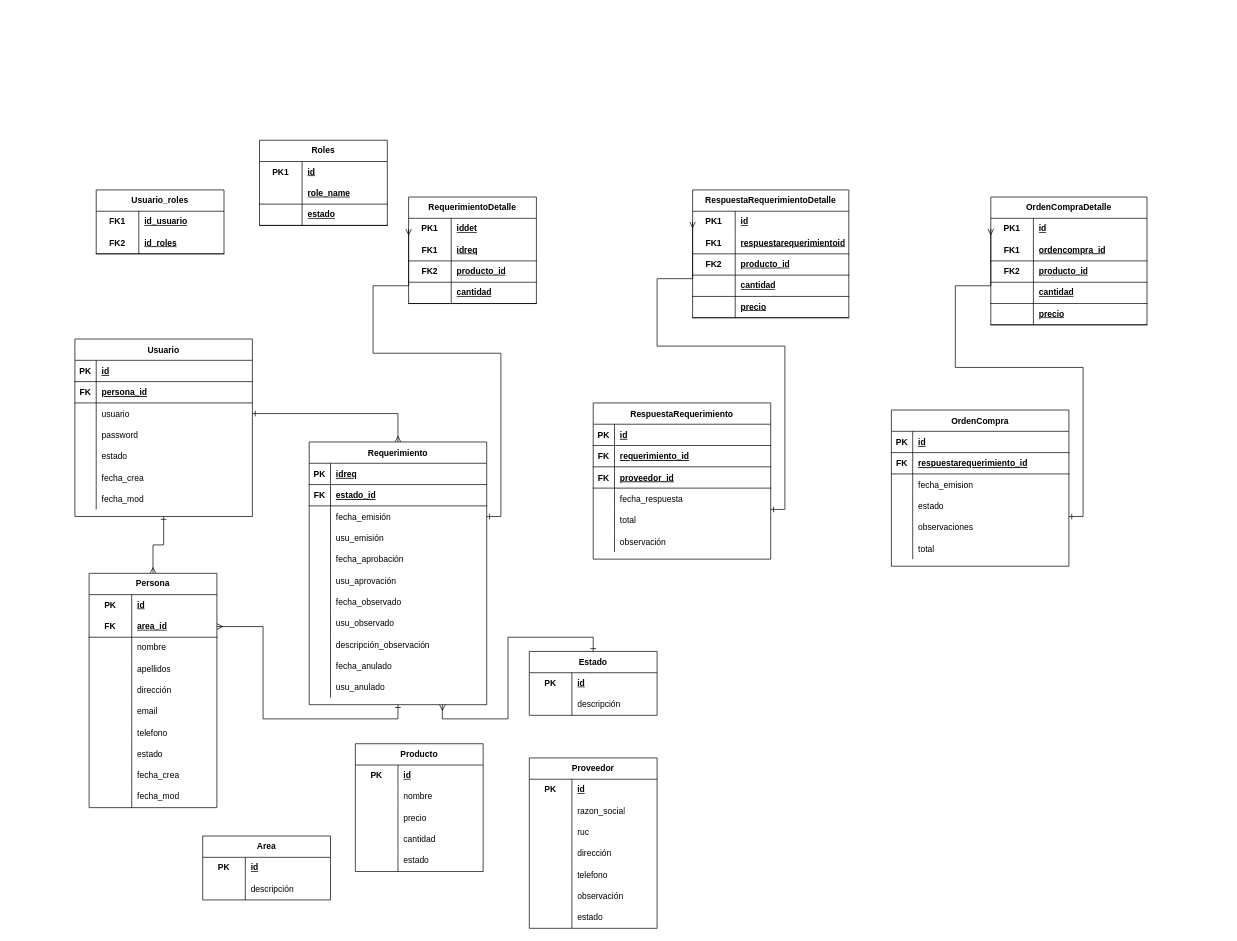
Before: Diagramadb.drawio in Jordycv/Proyecto_cotizaciones, a draw.io diagram. Source tidied: cells renumbered, new cells numbered last; positions are measured from the earlier drawing's top-left corner, leaving out a move shared by most shapes. Both pictures are drawn from the tidied source at 71%, with x=0, y=0 at pixel (75, 140).
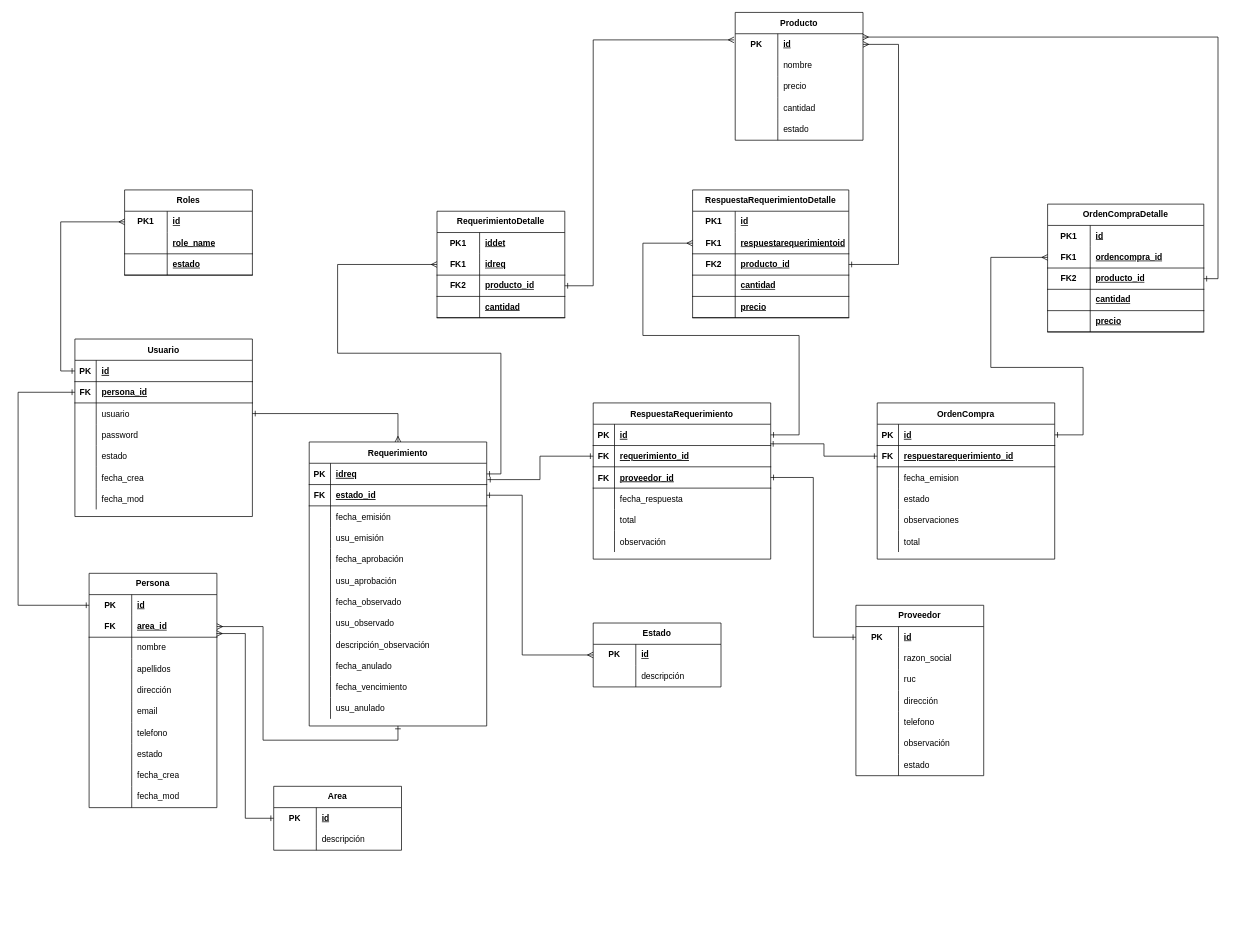
Above is the later version.

Unchanged cells that the change refers to:
```xml
<mxCell id="3" value="Usuario" style="shape=table;startSize=30;childLayout=tableLayout;rowLines=0;fontStyle=1;align=center;" parent="1" vertex="1">
<mxCell id="4" style="shape=partialRectangle;fillColor=none;points=[[0,0.5],[1,0.5]];portConstraint=eastwest;top=0;left=0;right=0;bottom=1;" parent="3" vertex="1">
<mxCell id="7" style="shape=partialRectangle;fillColor=none;points=[[0,0.5],[1,0.5]];portConstraint=eastwest;top=0;left=0;right=0;bottom=1;" parent="3" vertex="1">
<mxCell id="27" style="shape=partialRectangle;fillColor=none;points=[[0,0.5],[1,0.5]];portConstraint=eastwest;top=0;left=0;right=0;bottom=1;" parent="26" vertex="1">
<mxCell id="30" style="shape=partialRectangle;fillColor=none;points=[[0,0.5],[1,0.5]];portConstraint=eastwest;top=0;left=0;right=0;bottom=1;" parent="26" vertex="1">
<mxCell id="42" style="shape=partialRectangle;fillColor=none;top=0;left=0;right=0;bottom=0;" parent="26" vertex="1">
<mxCell id="61" value="Persona" style="shape=table;startSize=30;childLayout=tableLayout;rowLines=0;fontStyle=1;align=center;html=1;whiteSpace=wrap;" parent="1" vertex="1">
<mxCell id="62" style="shape=tableRow;horizontal=0;startSize=0;swimlaneHead=0;swimlaneBody=0;fillColor=none;points=[[0,0.5],[1,0.5]];portConstraint=eastwest;top=0;left=0;right=0;bottom=0;html=1;" parent="61" vertex="1">
<mxCell id="65" style="shape=tableRow;horizontal=0;startSize=0;swimlaneHead=0;swimlaneBody=0;fillColor=none;points=[[0,0.5],[1,0.5]];portConstraint=eastwest;top=0;left=0;right=0;bottom=1;html=1;" parent="61" vertex="1">
<mxCell id="94" style="shape=tableRow;horizontal=0;startSize=0;swimlaneHead=0;swimlaneBody=0;fillColor=none;points=[[0,0.5],[1,0.5]];portConstraint=eastwest;top=0;left=0;right=0;bottom=0;html=1;" parent="93" vertex="1">
<mxCell id="102" style="shape=tableRow;horizontal=0;startSize=0;swimlaneHead=0;swimlaneBody=0;fillColor=none;points=[[0,0.5],[1,0.5]];portConstraint=eastwest;top=0;left=0;right=0;bottom=0;html=1;" parent="101" vertex="1">
<mxCell id="105" style="shape=tableRow;horizontal=0;startSize=0;swimlaneHead=0;swimlaneBody=0;fillColor=none;points=[[0,0.5],[1,0.5]];portConstraint=eastwest;top=0;left=0;right=0;bottom=1;html=1;" parent="101" vertex="1">
<mxCell id="108" style="shape=tableRow;horizontal=0;startSize=0;swimlaneHead=0;swimlaneBody=0;fillColor=none;points=[[0,0.5],[1,0.5]];portConstraint=eastwest;top=0;left=0;right=0;bottom=1;html=1;" parent="101" vertex="1">
<mxCell id="115" style="shape=tableRow;horizontal=0;startSize=0;swimlaneHead=0;swimlaneBody=0;fillColor=none;points=[[0,0.5],[1,0.5]];portConstraint=eastwest;top=0;left=0;right=0;bottom=0;html=1;" parent="114" vertex="1">
<mxCell id="122" style="shape=tableRow;horizontal=0;startSize=0;swimlaneHead=0;swimlaneBody=0;fillColor=none;points=[[0,0.5],[1,0.5]];portConstraint=eastwest;top=0;left=0;right=0;bottom=0;html=1;" parent="121" vertex="1">
<mxCell id="138" style="shape=tableRow;horizontal=0;startSize=0;swimlaneHead=0;swimlaneBody=0;fillColor=none;points=[[0,0.5],[1,0.5]];portConstraint=eastwest;top=0;left=0;right=0;bottom=0;html=1;" parent="137" vertex="1">
<mxCell id="160" style="shape=partialRectangle;fillColor=none;points=[[0,0.5],[1,0.5]];portConstraint=eastwest;top=0;left=0;right=0;bottom=1;" parent="159" vertex="1">
<mxCell id="163" style="shape=partialRectangle;fillColor=none;points=[[0,0.5],[1,0.5]];portConstraint=eastwest;top=0;left=0;right=0;bottom=1;" parent="159" vertex="1">
<mxCell id="166" style="shape=partialRectangle;fillColor=none;points=[[0,0.5],[1,0.5]];portConstraint=eastwest;top=0;left=0;right=0;bottom=1;" parent="159" vertex="1">
<mxCell id="180" style="shape=tableRow;horizontal=0;startSize=0;swimlaneHead=0;swimlaneBody=0;fillColor=none;points=[[0,0.5],[1,0.5]];portConstraint=eastwest;top=0;left=0;right=0;bottom=0;html=1;" parent="179" vertex="1">
<mxCell id="183" style="shape=tableRow;horizontal=0;startSize=0;swimlaneHead=0;swimlaneBody=0;fillColor=none;points=[[0,0.5],[1,0.5]];portConstraint=eastwest;top=0;left=0;right=0;bottom=1;html=1;" parent="179" vertex="1">
<mxCell id="186" style="shape=tableRow;horizontal=0;startSize=0;swimlaneHead=0;swimlaneBody=0;fillColor=none;points=[[0,0.5],[1,0.5]];portConstraint=eastwest;top=0;left=0;right=0;bottom=1;html=1;" parent="179" vertex="1">
<mxCell id="196" style="shape=partialRectangle;fillColor=none;points=[[0,0.5],[1,0.5]];portConstraint=eastwest;top=0;left=0;right=0;bottom=1;" parent="195" vertex="1">
<mxCell id="199" style="shape=partialRectangle;fillColor=none;points=[[0,0.5],[1,0.5]];portConstraint=eastwest;top=0;left=0;right=0;bottom=1;" parent="195" vertex="1">
<mxCell id="216" style="shape=tableRow;horizontal=0;startSize=0;swimlaneHead=0;swimlaneBody=0;fillColor=none;points=[[0,0.5],[1,0.5]];portConstraint=eastwest;top=0;left=0;right=0;bottom=0;html=1;" parent="215" vertex="1">
<mxCell id="219" style="shape=tableRow;horizontal=0;startSize=0;swimlaneHead=0;swimlaneBody=0;fillColor=none;points=[[0,0.5],[1,0.5]];portConstraint=eastwest;top=0;left=0;right=0;bottom=1;html=1;" parent="215" vertex="1">
<mxCell id="222" style="shape=tableRow;horizontal=0;startSize=0;swimlaneHead=0;swimlaneBody=0;fillColor=none;points=[[0,0.5],[1,0.5]];portConstraint=eastwest;top=0;left=0;right=0;bottom=1;html=1;" parent="215" vertex="1">
<mxCell id="239" style="shape=tableRow;horizontal=0;startSize=0;swimlaneHead=0;swimlaneBody=0;fillColor=none;points=[[0,0.5],[1,0.5]];portConstraint=eastwest;top=0;left=0;right=0;bottom=0;html=1;" parent="238" vertex="1">
```

Diff of the diagram source:
```diff
@@
-    <mxCell id="2" style="edgeStyle=orthogonalEdgeStyle;rounded=0;jettySize=auto;html=1;exitX=0.5;exitY=1;exitDx=0;exitDy=0;entryX=0.5;entryY=0;entryDx=0;entryDy=0;endArrow=ERmany;endFill=0;startArrow=ERone;startFill=0;" parent="1" edge="1" source="3" target="61">
-      <mxGeometry relative="1" as="geometry" />
-    </mxCell>
@@
-    <mxCell id="25" style="edgeStyle=orthogonalEdgeStyle;rounded=0;jettySize=auto;html=1;exitX=0.75;exitY=1;exitDx=0;exitDy=0;entryX=0.5;entryY=0;entryDx=0;entryDy=0;endArrow=ERone;endFill=0;startArrow=ERmany;startFill=0;" parent="1" edge="1" source="26" target="93">
-      <mxGeometry relative="1" as="geometry" />
+    <mxCell id="25" style="edgeStyle=orthogonalEdgeStyle;rounded=0;jettySize=auto;html=1;exitX=1;exitY=0.5;exitDx=0;exitDy=0;entryX=0;entryY=0.5;entryDx=0;entryDy=0;endArrow=ERmany;endFill=0;startArrow=ERone;startFill=0;" parent="1" edge="1" source="30" target="94">
+      <mxGeometry relative="1" as="geometry">
+        <Array as="points">
+          <mxPoint x="630" y="500" />
+          <mxPoint x="630" y="725" />
+        </Array>
+      </mxGeometry>
     </mxCell>
     <mxCell id="26" value="Requerimiento" style="shape=table;startSize=30;childLayout=tableLayout;rowLines=0;fontStyle=1;align=center;" parent="1" vertex="1">
-      <mxGeometry x="330" y="425" width="250" height="370" as="geometry" />
+      <mxGeometry x="330" y="425" width="250" height="400" as="geometry" />
     </mxCell>
@@
-    <mxCell id="44" value="usu_aprovación" style="shape=partialRectangle;overflow=hidden;fillColor=none;top=0;left=0;bottom=0;right=0;align=left;spacingLeft=6;" parent="42" vertex="1">
+    <mxCell id="44" value="usu_aprobación" style="shape=partialRectangle;overflow=hidden;fillColor=none;top=0;left=0;bottom=0;right=0;align=left;spacingLeft=6;" parent="42" vertex="1">
       <mxGeometry x="30" width="220" height="30" as="geometry" />
     </mxCell>
@@
+    <mxCell id="248" style="shape=partialRectangle;fillColor=none;top=0;left=0;right=0;bottom=0;" parent="26" vertex="1">
+      <mxGeometry y="330" width="250" height="30" as="geometry" />
+    </mxCell>
+    <mxCell id="249" style="shape=partialRectangle;overflow=hidden;fillColor=none;top=0;left=0;bottom=0;right=0;" parent="248" vertex="1">
+      <mxGeometry width="30" height="30" as="geometry" />
+    </mxCell>
+    <mxCell id="250" value="fecha_vencimiento" style="shape=partialRectangle;overflow=hidden;fillColor=none;top=0;left=0;bottom=0;right=0;align=left;spacingLeft=6;" parent="248" vertex="1">
+      <mxGeometry x="30" width="220" height="30" as="geometry" />
+    </mxCell>
     <mxCell id="57" style="shape=partialRectangle;fillColor=none;top=0;left=0;right=0;bottom=0;" parent="26" vertex="1">
-      <mxGeometry y="330" width="250" height="30" as="geometry" />
+      <mxGeometry y="360" width="250" height="30" as="geometry" />
     </mxCell>
@@
     <mxCell id="93" value="Estado" style="shape=table;startSize=30;childLayout=tableLayout;rowLines=0;fontStyle=1;align=center;html=1;whiteSpace=wrap;" parent="1" vertex="1">
-      <mxGeometry x="640" y="720" width="180" height="90" as="geometry" />
+      <mxGeometry x="730" y="680" width="180" height="90" as="geometry" />
     </mxCell>
@@
-    <mxCell id="100" style="edgeStyle=orthogonalEdgeStyle;rounded=0;jettySize=auto;html=1;exitX=1;exitY=0.5;exitDx=0;exitDy=0;startArrow=ERone;startFill=0;endArrow=ERmany;endFill=0;entryX=0;entryY=0.5;entryDx=0;entryDy=0;" parent="1" edge="1" target="102">
+    <mxCell id="100" style="edgeStyle=orthogonalEdgeStyle;rounded=0;jettySize=auto;html=1;exitX=1;exitY=0.5;exitDx=0;exitDy=0;startArrow=ERone;startFill=0;endArrow=ERmany;endFill=0;entryX=0;entryY=0.5;entryDx=0;entryDy=0;" parent="1" edge="1" source="27" target="105">
       <mxGeometry relative="1" as="geometry">
-        <mxPoint x="580" y="530" as="sourcePoint" />
         <Array as="points">
-          <mxPoint x="600" y="530" />
+          <mxPoint x="600" y="470" />
           <mxPoint x="600" y="300" />
-          <mxPoint x="420" y="300" />
-          <mxPoint x="420" y="205" />
+          <mxPoint x="370" y="300" />
+          <mxPoint x="370" y="175" />
         </Array>
       </mxGeometry>
     </mxCell>
     <mxCell id="101" value="RequerimientoDetalle" style="shape=table;startSize=30;childLayout=tableLayout;rowLines=0;fontStyle=1;align=center;html=1;whiteSpace=wrap;" parent="1" vertex="1">
-      <mxGeometry x="470" y="80" width="180" height="150" as="geometry" />
+      <mxGeometry x="510" y="100" width="180" height="150" as="geometry" />
     </mxCell>
@@
     <mxCell id="114" value="Area" style="shape=table;startSize=30;childLayout=tableLayout;rowLines=0;fontStyle=1;align=center;html=1;whiteSpace=wrap;" parent="1" vertex="1">
-      <mxGeometry x="180" y="980" width="180" height="90" as="geometry" />
+      <mxGeometry x="280" y="910" width="180" height="90" as="geometry" />
     </mxCell>
@@
     <mxCell id="121" value="Producto" style="shape=table;startSize=30;childLayout=tableLayout;rowLines=0;fontStyle=1;align=center;html=1;whiteSpace=wrap;" parent="1" vertex="1">
-      <mxGeometry x="395" y="850" width="180" height="180" as="geometry" />
+      <mxGeometry x="930" y="-180" width="180" height="180" as="geometry" />
     </mxCell>
@@
     <mxCell id="137" value="Proveedor" style="shape=table;startSize=30;childLayout=tableLayout;rowLines=0;fontStyle=1;align=center;html=1;whiteSpace=wrap;" parent="1" vertex="1">
-      <mxGeometry x="640" y="870" width="180" height="240" as="geometry" />
+      <mxGeometry x="1100" y="655" width="180" height="240" as="geometry" />
     </mxCell>
@@
-    <mxCell id="178" style="edgeStyle=orthogonalEdgeStyle;rounded=0;jettySize=auto;html=1;exitX=1;exitY=0.5;exitDx=0;exitDy=0;startArrow=ERone;startFill=0;endArrow=ERmany;endFill=0;entryX=0;entryY=0.5;entryDx=0;entryDy=0;" parent="1" edge="1" target="180">
+    <mxCell id="178" style="edgeStyle=orthogonalEdgeStyle;rounded=0;jettySize=auto;html=1;startArrow=ERone;startFill=0;endArrow=ERmany;endFill=0;exitX=1;exitY=0.5;exitDx=0;exitDy=0;entryX=0;entryY=0.5;entryDx=0;entryDy=0;" parent="1" edge="1" source="160" target="183">
       <mxGeometry relative="1" as="geometry">
-        <mxPoint x="980" y="520" as="sourcePoint" />
         <Array as="points">
-          <mxPoint x="1000" y="520" />
-          <mxPoint x="1000" y="290" />
-          <mxPoint x="820" y="290" />
-          <mxPoint x="820" y="195" />
+          <mxPoint x="1020" y="415" />
+          <mxPoint x="1020" y="275" />
+          <mxPoint x="800" y="275" />
+          <mxPoint x="800" y="145" />
         </Array>
       </mxGeometry>
     </mxCell>
@@
     <mxCell id="195" value="OrdenCompra" style="shape=table;startSize=30;childLayout=tableLayout;rowLines=0;fontStyle=1;align=center;" parent="1" vertex="1">
-      <mxGeometry x="1150" y="380" width="250" height="220" as="geometry" />
+      <mxGeometry x="1130" y="370" width="250" height="220" as="geometry" />
     </mxCell>
@@
-    <mxCell id="214" style="edgeStyle=orthogonalEdgeStyle;rounded=0;jettySize=auto;html=1;exitX=1;exitY=0.5;exitDx=0;exitDy=0;startArrow=ERone;startFill=0;endArrow=ERmany;endFill=0;entryX=0;entryY=0.5;entryDx=0;entryDy=0;" parent="1" edge="1" target="216">
+    <mxCell id="214" style="edgeStyle=orthogonalEdgeStyle;rounded=0;jettySize=auto;html=1;exitX=1;exitY=0.5;exitDx=0;exitDy=0;startArrow=ERone;startFill=0;endArrow=ERmany;endFill=0;entryX=0;entryY=0.5;entryDx=0;entryDy=0;" parent="1" edge="1" source="196" target="219">
       <mxGeometry relative="1" as="geometry">
-        <mxPoint x="1400" y="530" as="sourcePoint" />
         <Array as="points">
-          <mxPoint x="1420" y="530" />
+          <mxPoint x="1420" y="415" />
           <mxPoint x="1420" y="320" />
-          <mxPoint x="1240" y="320" />
-          <mxPoint x="1240" y="205" />
-          <mxPoint x="1290" y="205" />
+          <mxPoint x="1290" y="320" />
+          <mxPoint x="1290" y="165" />
         </Array>
       </mxGeometry>
     </mxCell>
     <mxCell id="215" value="OrdenCompraDetalle" style="shape=table;startSize=30;childLayout=tableLayout;rowLines=0;fontStyle=1;align=center;html=1;whiteSpace=wrap;" parent="1" vertex="1">
-      <mxGeometry x="1290" y="80" width="220" height="180" as="geometry" />
+      <mxGeometry x="1370" y="90" width="220" height="180" as="geometry" />
     </mxCell>
@@
-    <mxCell id="231" value="Usuario_roles" style="shape=table;startSize=30;childLayout=tableLayout;rowLines=0;fontStyle=1;align=center;html=1;whiteSpace=wrap;" parent="1" vertex="1">
-      <mxGeometry x="30" y="70" width="180" height="90" as="geometry" />
-    </mxCell>
-    <mxCell id="232" style="shape=tableRow;horizontal=0;startSize=0;swimlaneHead=0;swimlaneBody=0;fillColor=none;top=0;left=0;right=0;bottom=0;html=1;" parent="231" vertex="1">
-      <mxGeometry y="30" width="180" height="30" as="geometry" />
-    </mxCell>
-    <mxCell id="233" value="FK1" style="shape=partialRectangle;fillColor=none;top=0;left=0;bottom=0;right=0;fontStyle=1;overflow=hidden;html=1;whiteSpace=wrap;" parent="232" vertex="1">
-      <mxGeometry width="60" height="30" as="geometry" />
-    </mxCell>
-    <mxCell id="234" value="id_usuario" style="shape=partialRectangle;fillColor=none;top=0;left=0;bottom=0;right=0;align=left;spacingLeft=6;fontStyle=5;overflow=hidden;html=1;whiteSpace=wrap;" parent="232" vertex="1">
-      <mxGeometry x="60" width="120" height="30" as="geometry" />
-    </mxCell>
-    <mxCell id="235" style="shape=tableRow;horizontal=0;startSize=0;swimlaneHead=0;swimlaneBody=0;fillColor=none;top=0;left=0;right=0;bottom=1;html=1;" parent="231" vertex="1">
-      <mxGeometry y="60" width="180" height="30" as="geometry" />
-    </mxCell>
-    <mxCell id="236" value="FK2" style="shape=partialRectangle;fillColor=none;top=0;left=0;bottom=0;right=0;fontStyle=1;overflow=hidden;html=1;whiteSpace=wrap;" parent="235" vertex="1">
-      <mxGeometry width="60" height="30" as="geometry" />
-    </mxCell>
-    <mxCell id="237" value="id_roles" style="shape=partialRectangle;fillColor=none;top=0;left=0;bottom=0;right=0;align=left;spacingLeft=6;fontStyle=5;overflow=hidden;html=1;whiteSpace=wrap;" parent="235" vertex="1">
-      <mxGeometry x="60" width="120" height="30" as="geometry" />
-    </mxCell>
     <mxCell id="238" value="Roles" style="shape=table;startSize=30;childLayout=tableLayout;rowLines=0;fontStyle=1;align=center;html=1;whiteSpace=wrap;" parent="1" vertex="1">
-      <mxGeometry x="260" width="180" height="120" as="geometry" />
+      <mxGeometry x="70" y="70" width="180" height="120" as="geometry" />
     </mxCell>
@@
+    <mxCell id="251" style="edgeStyle=orthogonalEdgeStyle;rounded=0;jettySize=auto;html=1;exitX=0;exitY=0.5;exitDx=0;exitDy=0;entryX=0.998;entryY=0.921;entryDx=0;entryDy=0;entryPerimeter=0;endArrow=ERone;endFill=0;startArrow=ERone;startFill=0;" parent="1" edge="1" source="199" target="160">
+      <mxGeometry relative="1" as="geometry" />
+    </mxCell>
+    <mxCell id="252" style="edgeStyle=orthogonalEdgeStyle;rounded=0;jettySize=auto;html=1;exitX=0;exitY=0.5;exitDx=0;exitDy=0;entryX=0.997;entryY=0.828;entryDx=0;entryDy=0;entryPerimeter=0;endArrow=ERmany;endFill=0;startArrow=ERone;startFill=0;" parent="1" edge="1" source="115" target="65">
+      <mxGeometry relative="1" as="geometry" />
+    </mxCell>
+    <mxCell id="253" style="edgeStyle=orthogonalEdgeStyle;rounded=0;jettySize=auto;html=1;exitX=0;exitY=0.5;exitDx=0;exitDy=0;entryX=0;entryY=0.5;entryDx=0;entryDy=0;startArrow=ERone;startFill=0;endArrow=ERone;endFill=0;" parent="1" edge="1" source="7" target="62">
+      <mxGeometry relative="1" as="geometry">
+        <Array as="points">
+          <mxPoint x="-80" y="355" />
+          <mxPoint x="-80" y="655" />
+        </Array>
+      </mxGeometry>
+    </mxCell>
+    <mxCell id="254" style="edgeStyle=orthogonalEdgeStyle;rounded=0;jettySize=auto;html=1;exitX=0;exitY=0.5;exitDx=0;exitDy=0;entryX=1.004;entryY=0.767;entryDx=0;entryDy=0;entryPerimeter=0;endArrow=ERone;endFill=0;startArrow=ERone;startFill=0;" parent="1" edge="1" source="163" target="27">
+      <mxGeometry relative="1" as="geometry" />
+    </mxCell>
+    <mxCell id="255" style="edgeStyle=orthogonalEdgeStyle;rounded=0;jettySize=auto;html=1;exitX=1;exitY=0.5;exitDx=0;exitDy=0;entryX=0;entryY=0.5;entryDx=0;entryDy=0;endArrow=ERone;endFill=0;startArrow=ERone;startFill=0;" parent="1" edge="1" source="166" target="138">
+      <mxGeometry relative="1" as="geometry" />
+    </mxCell>
+    <mxCell id="256" style="edgeStyle=orthogonalEdgeStyle;rounded=0;jettySize=auto;html=1;exitX=0;exitY=0.5;exitDx=0;exitDy=0;entryX=0;entryY=0.5;entryDx=0;entryDy=0;endArrow=ERmany;endFill=0;startArrow=ERone;startFill=0;" parent="1" edge="1" source="4" target="239">
+      <mxGeometry relative="1" as="geometry" />
+    </mxCell>
+    <mxCell id="257" style="edgeStyle=orthogonalEdgeStyle;rounded=0;jettySize=auto;html=1;exitX=1;exitY=0.5;exitDx=0;exitDy=0;entryX=-0.009;entryY=0.289;entryDx=0;entryDy=0;entryPerimeter=0;endArrow=ERmany;endFill=0;startArrow=ERone;startFill=0;" parent="1" edge="1" source="108" target="122">
+      <mxGeometry relative="1" as="geometry">
+        <Array as="points">
+          <mxPoint x="730" y="205" />
+          <mxPoint x="730" y="-141" />
+        </Array>
+      </mxGeometry>
+    </mxCell>
+    <mxCell id="258" style="edgeStyle=orthogonalEdgeStyle;rounded=0;jettySize=auto;html=1;exitX=1;exitY=0.5;exitDx=0;exitDy=0;entryX=1;entryY=0.5;entryDx=0;entryDy=0;endArrow=ERmany;endFill=0;startArrow=ERone;startFill=0;" parent="1" edge="1" source="186" target="122">
+      <mxGeometry relative="1" as="geometry">
+        <Array as="points">
+          <mxPoint x="1160" y="175" />
+          <mxPoint x="1160" y="-135" />
+        </Array>
+      </mxGeometry>
+    </mxCell>
+    <mxCell id="259" style="edgeStyle=orthogonalEdgeStyle;rounded=0;jettySize=auto;html=1;exitX=1;exitY=0.5;exitDx=0;exitDy=0;entryX=0.998;entryY=0.157;entryDx=0;entryDy=0;entryPerimeter=0;endArrow=ERmany;endFill=0;startArrow=ERone;startFill=0;" parent="1" edge="1" source="222" target="122">
+      <mxGeometry relative="1" as="geometry" />
+    </mxCell>
```
